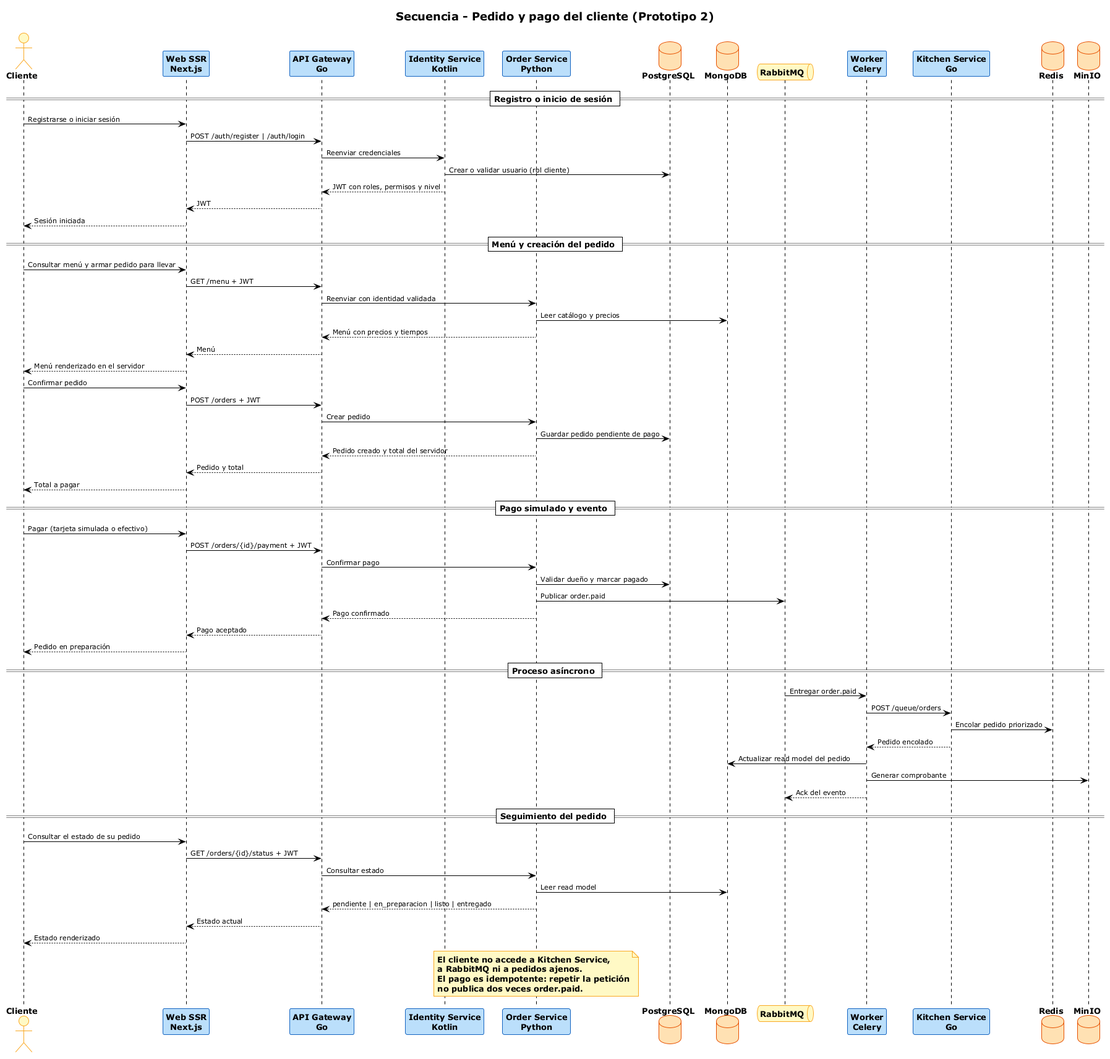
Earlier version of the PlantUML export g3-H-PanTech/docs/secuencia_cliente_pedido.png (unal-sw-arch/swarch-2026ii).
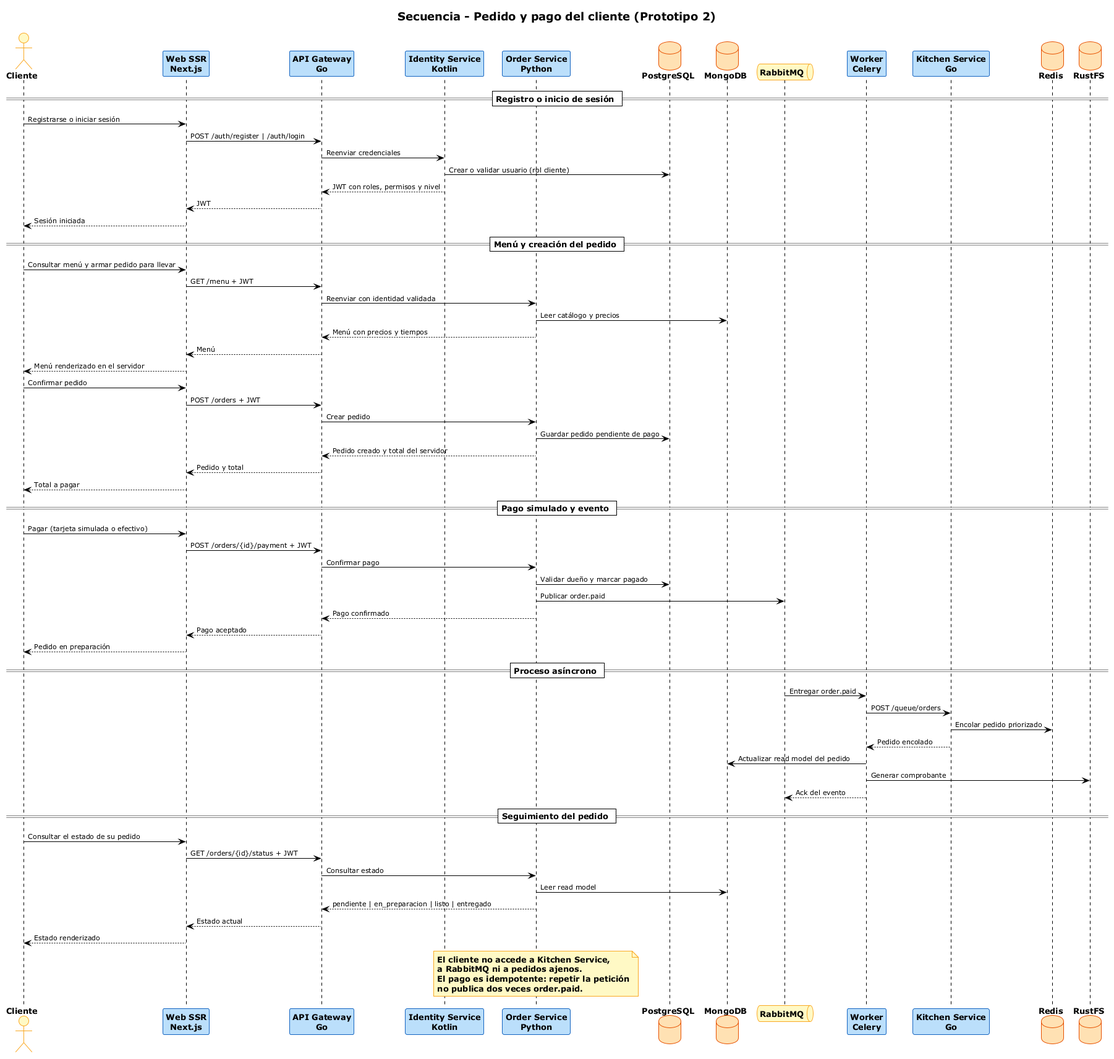
The same file after the commit.

Change to the diagram source:
```diff
@@ -36,7 +36,7 @@
 participant "Worker\nCelery" as Worker
 participant "Kitchen Service\nGo" as Kitchen
 database "Redis" as Redis
-database "MinIO" as Minio
+database "RustFS" as RustFS
 
 == Registro o inicio de sesión ==
 Cliente -> Web : Registrarse o iniciar sesión
@@ -80,7 +80,7 @@
 Kitchen -> Redis : Encolar pedido priorizado
 Kitchen --> Worker : Pedido encolado
 Worker -> Mongo : Actualizar read model del pedido
-Worker -> Minio : Generar comprobante
+Worker -> RustFS : Generar comprobante
 Worker --> MQ : Ack del evento
 
 == Seguimiento del pedido ==
```
